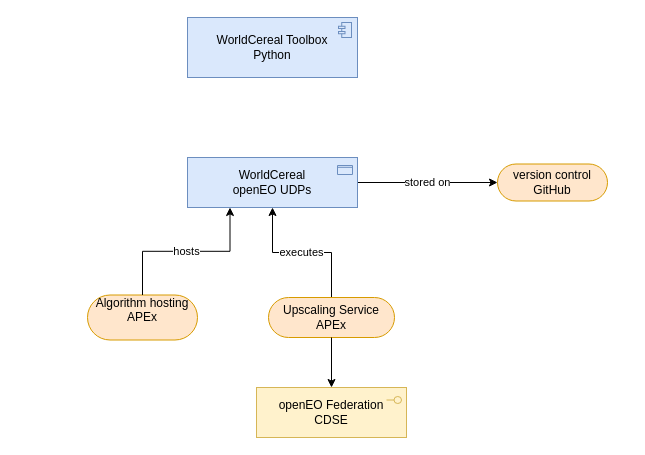
Earlier version of the draw.io diagram design/worldcereal_processing.drawio (WorldCereal/worldcereal-documentation). Source tidied: cells renumbered, new cells numbered last; positions are measured from the earlier drawing's top-left corner, leaving out a move shared by most shapes. Both pictures are drawn from the tidied source at 100%, with x=0, y=0 at pixel (87, 17).
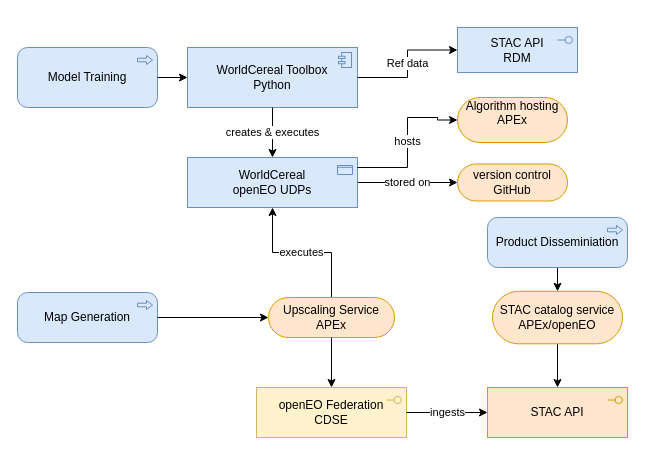
The same diagram, later.

The change refers to these unchanged cells:
```xml
<mxCell id="3" value="Upscaling Service&lt;br&gt;APEx" style="html=1;outlineConnect=0;whiteSpace=wrap;fillColor=#ffe6cc;shape=mxgraph.archimate3.service;strokeColor=#d79b00;" parent="1" vertex="1">
  <mxGeometry x="181" y="280" width="126" height="40" as="geometry" />
</mxCell>
<mxCell id="4" value="openEO Federation&lt;br&gt;CDSE" style="html=1;outlineConnect=0;whiteSpace=wrap;fillColor=#fff2cc;shape=mxgraph.archimate3.application;appType=interface;archiType=square;strokeColor=#d6b656;" parent="1" vertex="1">
  <mxGeometry x="169" y="370" width="150" height="50" as="geometry" />
</mxCell>
<mxCell id="8" value="WorldCereal&lt;br&gt;openEO UDPs" style="html=1;outlineConnect=0;whiteSpace=wrap;fillColor=#dae8fc;shape=mxgraph.archimate3.application;appType=passive;archiType=square;strokeColor=#6c8ebf;" parent="1" vertex="1">
  <mxGeometry x="100" y="140" width="170" height="50" as="geometry" />
</mxCell>
```

What changed in the source:
```diff
@@
     <mxCell id="6" value="Algorithm hosting&lt;br&gt;APEx&lt;div&gt;&lt;br/&gt;&lt;/div&gt;" style="html=1;outlineConnect=0;whiteSpace=wrap;fillColor=#ffe6cc;shape=mxgraph.archimate3.service;strokeColor=#d79b00;" parent="1" vertex="1">
-      <mxGeometry y="277.5" width="110" height="45" as="geometry" />
+      <mxGeometry x="370" y="80" width="110" height="45" as="geometry" />
     </mxCell>
@@
-    <mxCell id="9" value="hosts" style="edgeStyle=orthogonalEdgeStyle;rounded=0;jettySize=auto;html=1;entryX=0.25;entryY=1;entryDx=0;entryDy=0;entryPerimeter=0;" parent="1" edge="1" source="6" target="8">
-      <mxGeometry relative="1" as="geometry" />
-    </mxCell>
     <mxCell id="10" value="version control&lt;br&gt;GitHub" style="html=1;outlineConnect=0;whiteSpace=wrap;fillColor=#ffe6cc;shape=mxgraph.archimate3.service;strokeColor=#d79b00;" parent="1" vertex="1">
-      <mxGeometry x="410" y="146.5" width="110" height="37" as="geometry" />
+      <mxGeometry x="370" y="146.5" width="110" height="37" as="geometry" />
     </mxCell>
     <mxCell id="11" value="WorldCereal Toolbox&lt;br&gt;Python" style="html=1;outlineConnect=0;whiteSpace=wrap;fillColor=#dae8fc;shape=mxgraph.archimate3.application;appType=comp;archiType=square;strokeColor=#6c8ebf;" parent="1" vertex="1">
-      <mxGeometry x="100" width="170" height="60" as="geometry" />
+      <mxGeometry x="100" y="30" width="170" height="60" as="geometry" />
     </mxCell>
+    <mxCell id="12" value="creates &amp;amp; executes" style="edgeStyle=orthogonalEdgeStyle;rounded=0;jettySize=auto;html=1;entryX=0.5;entryY=0;entryDx=0;entryDy=0;entryPerimeter=0;" parent="1" edge="1" source="11" target="8">
+      <mxGeometry relative="1" as="geometry" />
+    </mxCell>
+    <mxCell id="13" style="edgeStyle=orthogonalEdgeStyle;rounded=0;jettySize=auto;html=1;" parent="1" edge="1" source="14" target="15">
+      <mxGeometry relative="1" as="geometry" />
+    </mxCell>
+    <mxCell id="14" value="STAC catalog service&lt;br&gt;APEx/openEO" style="html=1;outlineConnect=0;whiteSpace=wrap;fillColor=#ffe6cc;shape=mxgraph.archimate3.service;strokeColor=#d79b00;" parent="1" vertex="1">
+      <mxGeometry x="405" y="273.8" width="130" height="52.5" as="geometry" />
+    </mxCell>
+    <mxCell id="15" value="STAC API" style="html=1;outlineConnect=0;whiteSpace=wrap;fillColor=#ffe6cc;shape=mxgraph.archimate3.application;appType=interface;archiType=square;strokeColor=#d79b00;" parent="1" vertex="1">
+      <mxGeometry x="400" y="370" width="140" height="50" as="geometry" />
+    </mxCell>
+    <mxCell id="16" value="ingests" style="edgeStyle=orthogonalEdgeStyle;rounded=0;jettySize=auto;html=1;entryX=0;entryY=0.5;entryDx=0;entryDy=0;entryPerimeter=0;" parent="1" edge="1" source="4" target="15">
+      <mxGeometry relative="1" as="geometry" />
+    </mxCell>
+    <mxCell id="17" style="edgeStyle=orthogonalEdgeStyle;rounded=0;jettySize=auto;html=1;" parent="1" edge="1" source="18" target="14">
+      <mxGeometry relative="1" as="geometry" />
+    </mxCell>
+    <mxCell id="18" value="Product Disseminiation" style="html=1;outlineConnect=0;whiteSpace=wrap;fillColor=#dae8fc;shape=mxgraph.archimate3.application;appType=proc;archiType=rounded;strokeColor=#6c8ebf;" parent="1" vertex="1">
+      <mxGeometry x="400" y="200" width="140" height="50" as="geometry" />
+    </mxCell>
+    <mxCell id="19" value="Model Training" style="html=1;outlineConnect=0;whiteSpace=wrap;fillColor=#dae8fc;shape=mxgraph.archimate3.application;appType=proc;archiType=rounded;strokeColor=#6c8ebf;" parent="1" vertex="1">
+      <mxGeometry x="-70" y="30" width="140" height="60" as="geometry" />
+    </mxCell>
+    <mxCell id="20" style="edgeStyle=orthogonalEdgeStyle;rounded=0;jettySize=auto;html=1;entryX=0;entryY=0.5;entryDx=0;entryDy=0;entryPerimeter=0;" parent="1" edge="1" source="19" target="11">
+      <mxGeometry relative="1" as="geometry" />
+    </mxCell>
+    <mxCell id="21" value="Map Generation" style="html=1;outlineConnect=0;whiteSpace=wrap;fillColor=#dae8fc;shape=mxgraph.archimate3.application;appType=proc;archiType=rounded;strokeColor=#6c8ebf;" parent="1" vertex="1">
+      <mxGeometry x="-70" y="275" width="140" height="50" as="geometry" />
+    </mxCell>
+    <mxCell id="22" style="edgeStyle=orthogonalEdgeStyle;rounded=0;jettySize=auto;html=1;entryX=0;entryY=0;entryDx=0;entryDy=20;entryPerimeter=0;" parent="1" edge="1" source="21" target="3">
+      <mxGeometry relative="1" as="geometry" />
+    </mxCell>
+    <mxCell id="9" value="hosts" style="edgeStyle=orthogonalEdgeStyle;rounded=0;jettySize=auto;html=1;entryX=0;entryY=0;entryDx=0;entryDy=22.5;entryPerimeter=0;" parent="1" edge="1" source="8" target="6">
+      <mxGeometry relative="1" as="geometry">
+        <Array as="points">
+          <mxPoint x="320" y="150" />
+          <mxPoint x="320" y="100" />
+          <mxPoint x="350" y="100" />
+          <mxPoint x="350" y="103" />
+        </Array>
+      </mxGeometry>
+    </mxCell>
+    <mxCell id="23" value="STAC API&lt;br&gt;RDM" style="html=1;outlineConnect=0;whiteSpace=wrap;fillColor=#dae8fc;shape=mxgraph.archimate3.application;appType=interface;archiType=square;strokeColor=#6c8ebf;" parent="1" vertex="1">
+      <mxGeometry x="370" y="10" width="120" height="45" as="geometry" />
+    </mxCell>
+    <mxCell id="24" value="Ref data" style="edgeStyle=orthogonalEdgeStyle;rounded=0;jettySize=auto;html=1;entryX=0;entryY=0.5;entryDx=0;entryDy=0;entryPerimeter=0;" parent="1" edge="1" source="11" target="23">
+      <mxGeometry relative="1" as="geometry" />
+    </mxCell>
```
